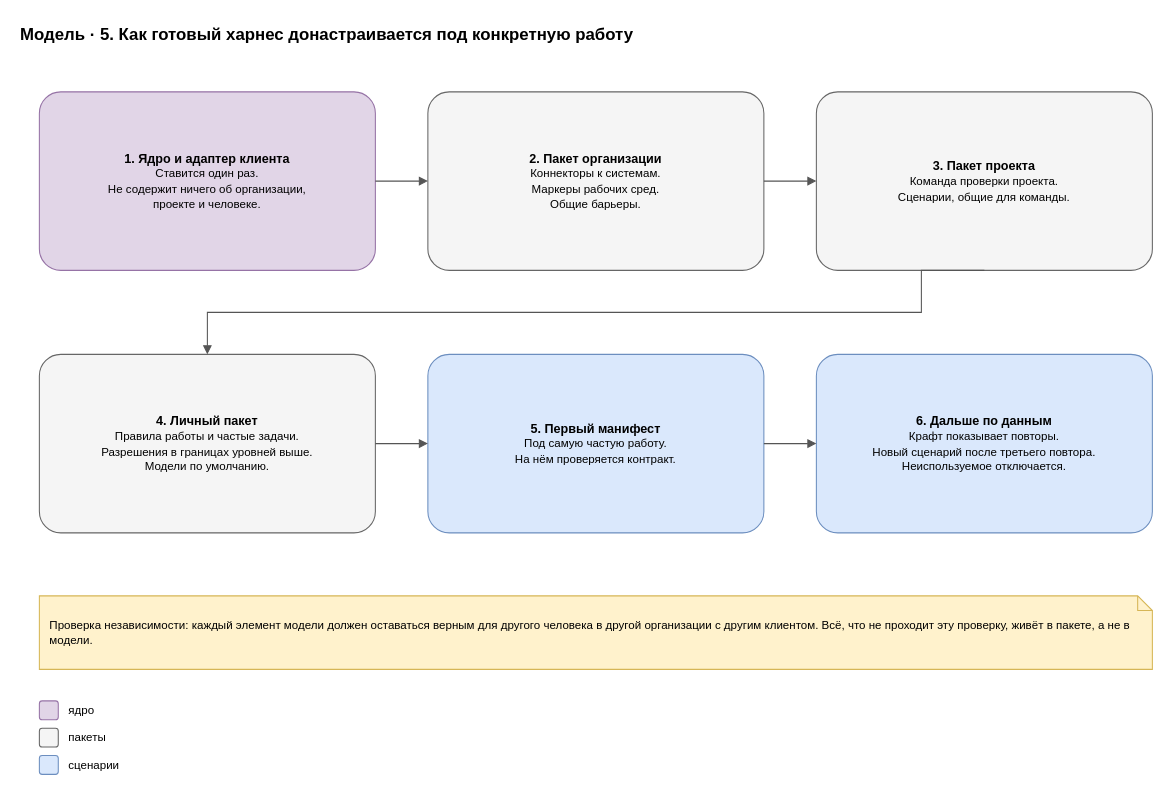
roygkov/reins keeps this draw.io diagram as page "5. Донастройка" (5 of 6) of docs/spec/harness-model.drawio. Above is the earlier version. Source tidied: cells renumbered, new cells numbered last; positions are measured from the earlier drawing's top-left corner, leaving out a move shared by most shapes. Both pictures are drawn from the tidied source at 105%, with x=0, y=0 at pixel (18, 18).
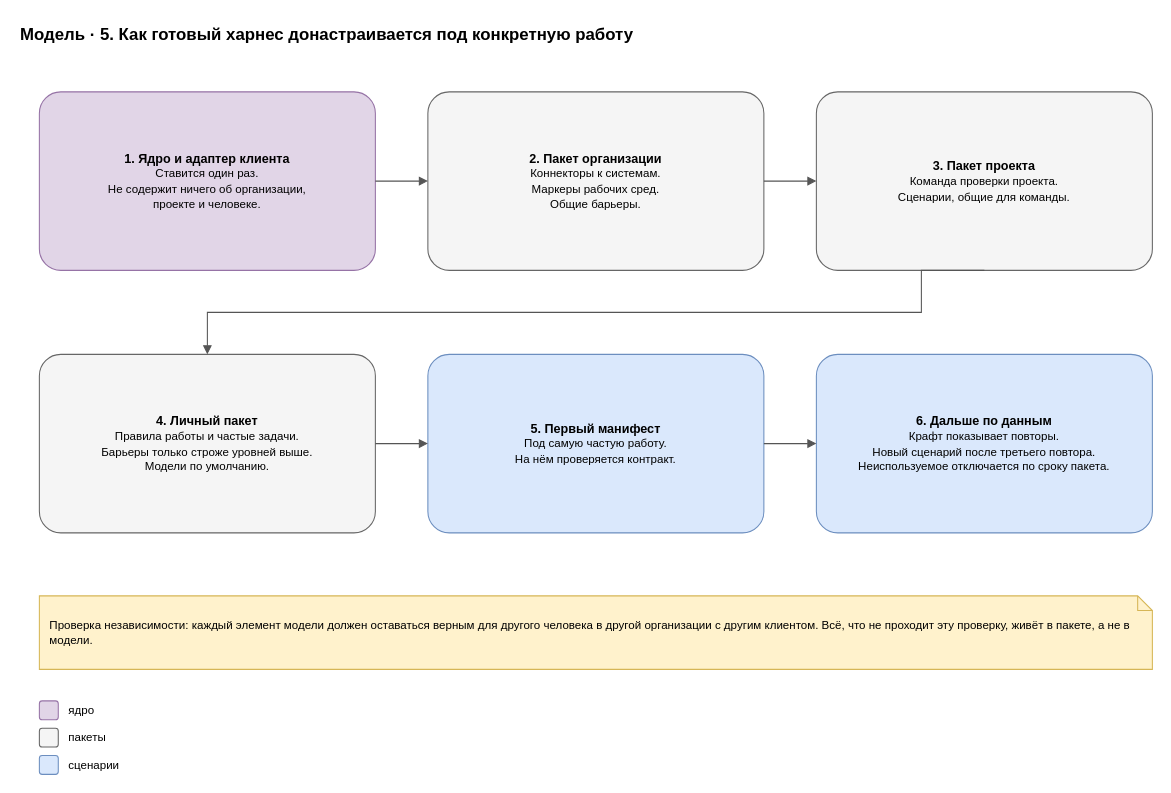
The same diagram, later.

Diff of the diagram source:
```diff
@@
-    <mxCell id="6" value="&lt;b&gt;4. Личный пакет&lt;/b&gt;&lt;br&gt;&lt;font style=&quot;font-size:11px&quot;&gt;Правила работы и частые задачи.&lt;br&gt;Разрешения в границах уровней выше.&lt;br&gt;Модели по умолчанию.&lt;/font&gt;" style="rounded=1;whiteSpace=wrap;html=1;fillColor=#f5f5f5;strokeColor=#666666;arcSize=12;" parent="1" vertex="1">
+    <mxCell id="6" value="&lt;b&gt;4. Личный пакет&lt;/b&gt;&lt;br&gt;&lt;font style=&quot;font-size:11px&quot;&gt;Правила работы и частые задачи.&lt;br&gt;Барьеры только строже уровней выше.&lt;br&gt;Модели по умолчанию.&lt;/font&gt;" style="rounded=1;whiteSpace=wrap;html=1;fillColor=#f5f5f5;strokeColor=#666666;arcSize=12;" parent="1" vertex="1">
       <mxGeometry x="20" y="320" width="320" height="170" as="geometry" />
     </mxCell>
@@
-    <mxCell id="8" value="&lt;b&gt;6. Дальше по данным&lt;/b&gt;&lt;br&gt;&lt;font style=&quot;font-size:11px&quot;&gt;Крафт показывает повторы.&lt;br&gt;Новый сценарий после третьего повтора.&lt;br&gt;Неиспользуемое отключается.&lt;/font&gt;" style="rounded=1;whiteSpace=wrap;html=1;fillColor=#dae8fc;strokeColor=#6c8ebf;arcSize=12;" parent="1" vertex="1">
+    <mxCell id="8" value="&lt;b&gt;6. Дальше по данным&lt;/b&gt;&lt;br&gt;&lt;font style=&quot;font-size:11px&quot;&gt;Крафт показывает повторы.&lt;br&gt;Новый сценарий после третьего повтора.&lt;br&gt;Неиспользуемое отключается по сроку пакета.&lt;/font&gt;" style="rounded=1;whiteSpace=wrap;html=1;fillColor=#dae8fc;strokeColor=#6c8ebf;arcSize=12;" parent="1" vertex="1">
       <mxGeometry x="760" y="320" width="320" height="170" as="geometry" />
     </mxCell>
```
